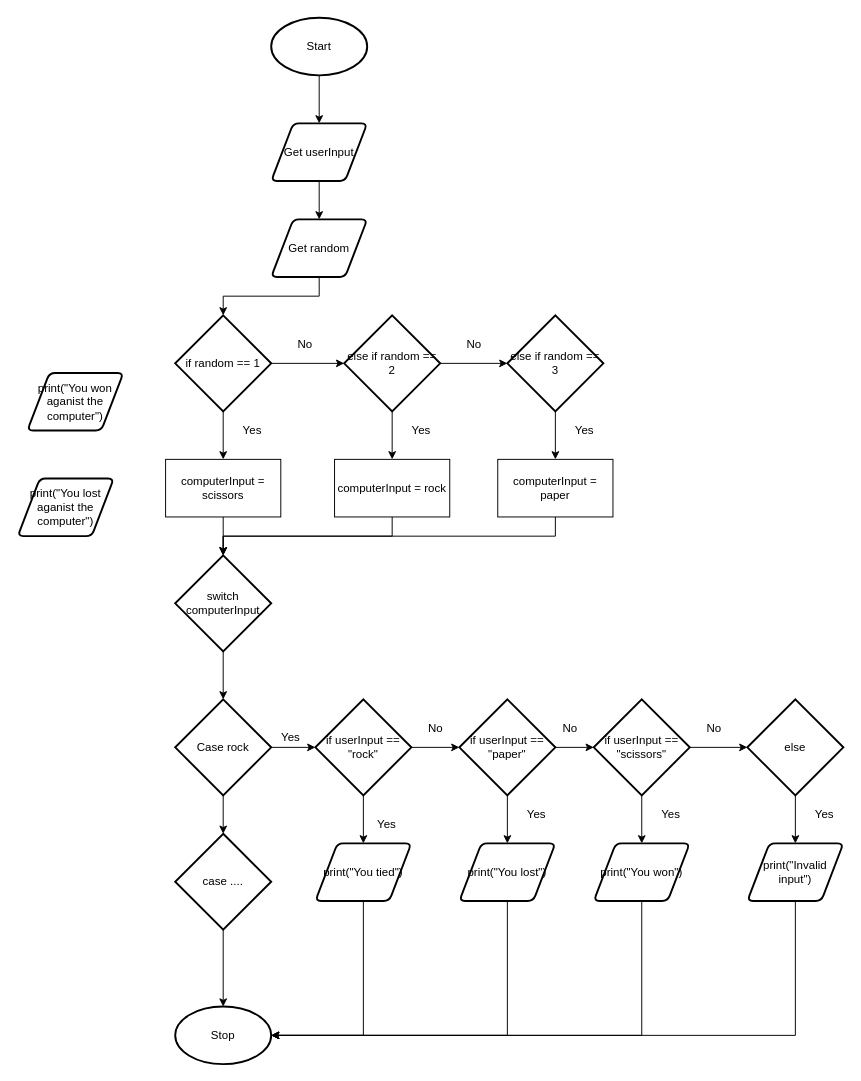
The draw.io diagram design/flowchart.drawio in michael-clermont1/ics4u-assignment-1-typescript, before the edit. Source tidied: cells renumbered, new cells numbered last; positions are measured from the earlier drawing's top-left corner, leaving out a move shared by most shapes. Both pictures are drawn from the tidied source at 96%, with x=0, y=0 at pixel (17, 17).
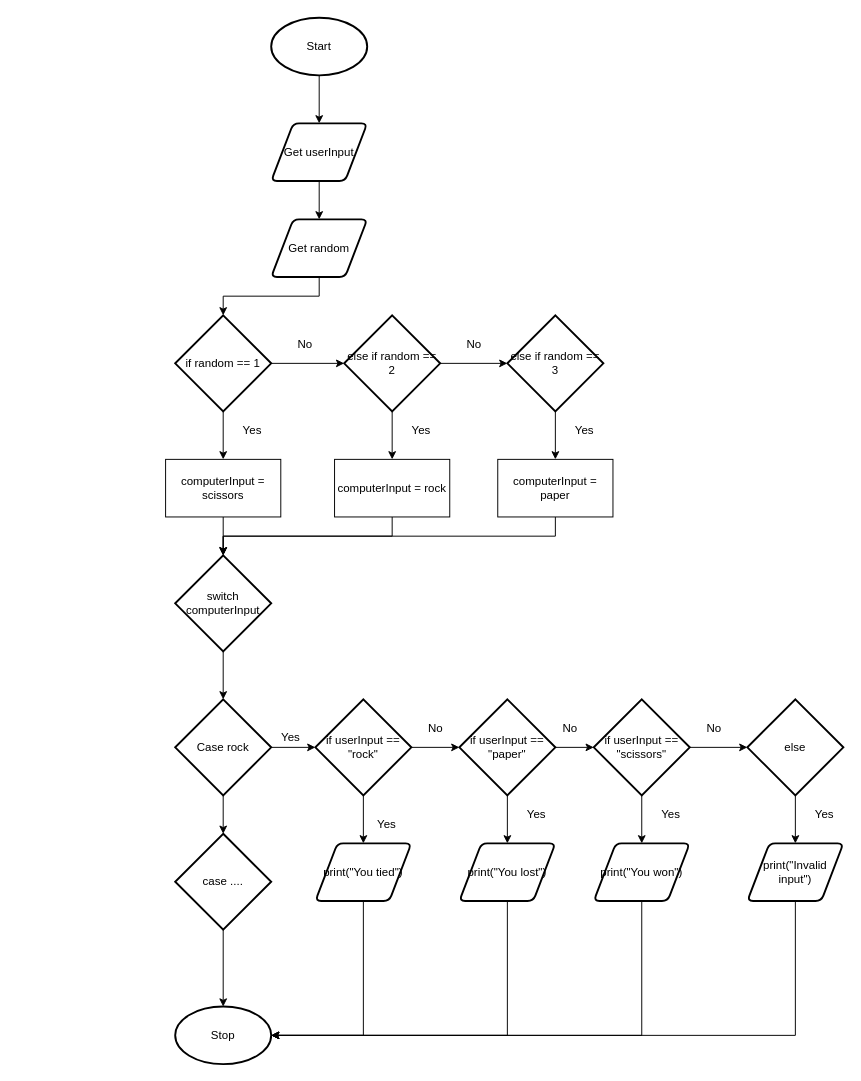
The same diagram, later.

Diff of the diagram source:
```diff
@@
-    <mxCell id="10" value="print(&quot;You won aganist the computer&quot;)" style="shape=parallelogram;html=1;strokeWidth=2;perimeter=parallelogramPerimeter;whiteSpace=wrap;rounded=1;arcSize=12;size=0.23;" parent="1" vertex="1">
-      <mxGeometry x="10" y="370" width="100" height="60" as="geometry" />
-    </mxCell>
@@
-    <mxCell id="12" value="print(&quot;You lost aganist the computer&quot;)" style="shape=parallelogram;html=1;strokeWidth=2;perimeter=parallelogramPerimeter;whiteSpace=wrap;rounded=1;arcSize=12;size=0.23;" parent="1" vertex="1">
-      <mxGeometry y="480" width="100" height="60" as="geometry" />
-    </mxCell>
```
